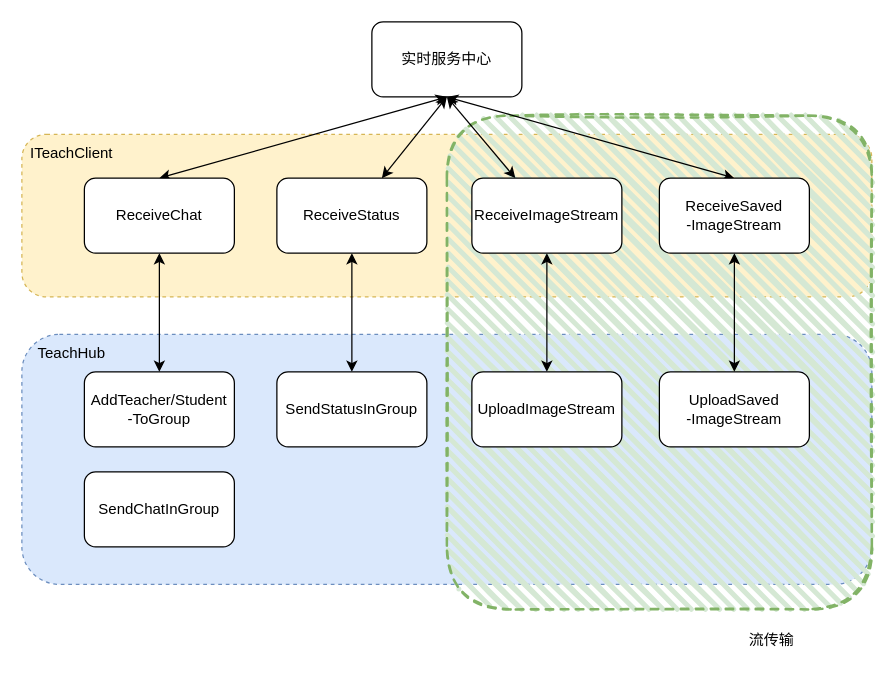
Earlier version of the draw.io diagram 实时服务中心.drawio (Ekko306/diagrams.net). Source tidied: cells renumbered, new cells numbered last; positions are measured from the earlier drawing's top-left corner, leaving out a move shared by most shapes. Both pictures are drawn from the tidied source at 125%, with x=0, y=0 at pixel (21, 21).
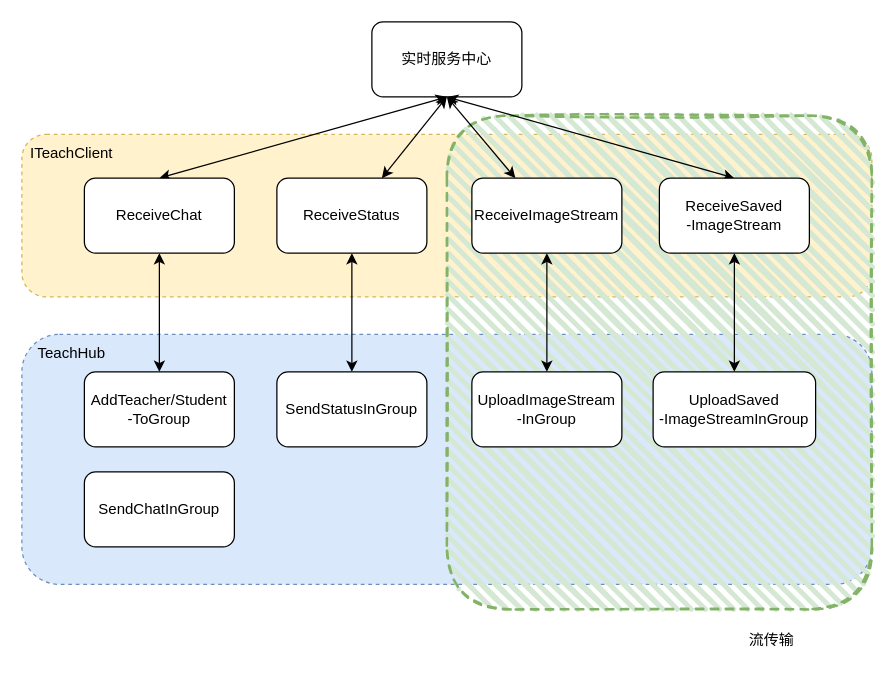
After the change.

Commit message (it also covers changes not shown here):
Update 实时服务中心.drawio

What changed in the source:
```diff
@@
-    <mxCell id="21" value="UploadImageStream" style="rounded=1;whiteSpace=wrap;html=1;" parent="1" vertex="1">
+    <mxCell id="21" value="UploadImageStream&lt;br&gt;-InGroup" style="rounded=1;whiteSpace=wrap;html=1;" parent="1" vertex="1">
       <mxGeometry x="360" y="280" width="120" height="60" as="geometry" />
     </mxCell>
-    <mxCell id="22" value="UploadSaved&lt;br&gt;-ImageStream" style="rounded=1;whiteSpace=wrap;html=1;" parent="1" vertex="1">
-      <mxGeometry x="510" y="280" width="120" height="60" as="geometry" />
+    <mxCell id="22" value="UploadSaved&lt;br&gt;-ImageStreamInGroup" style="rounded=1;whiteSpace=wrap;html=1;" parent="1" vertex="1">
+      <mxGeometry x="505" y="280" width="130" height="60" as="geometry" />
     </mxCell>
```
